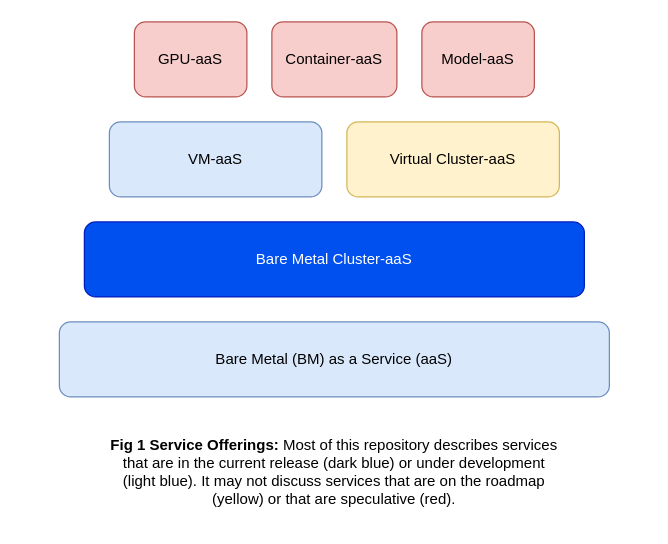
This is images/OSAC-layers.drawio from innabox/docs, a draw.io file, before an edit. Source tidied: cells renumbered, new cells numbered last; positions are measured from the earlier drawing's top-left corner, leaving out a move shared by most shapes. Both pictures are drawn from the tidied source at 125%, with x=0, y=0 at pixel (59, 21).
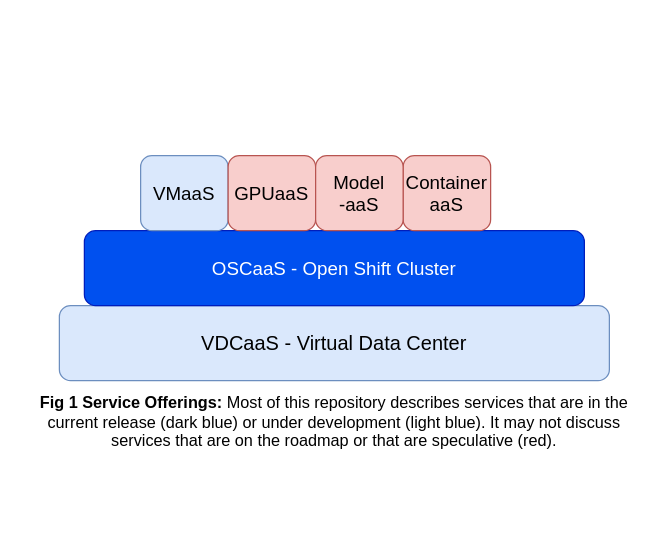
Above is the later version.

Commit message (it also covers changes not shown here):
- changed figure to discuss VDC rather than bare metal - dicuss how clsuter and VDC are used for both bare metal and virtual

Change to the diagram source:
```diff
@@
 <mxGraphModel>
   <root>
     <mxCell id="0" />
     <mxCell id="1" parent="0" />
-    <mxCell id="2" value="Bare Metal (BM) as a Service (aaS)" style="rounded=1;whiteSpace=wrap;html=1;fillColor=#dae8fc;strokeColor=#6c8ebf;" parent="1" vertex="1">
-      <mxGeometry y="240" width="440" height="60" as="geometry" />
+    <mxCell id="2" value="VDCaaS - Virtual Data Center" style="rounded=1;whiteSpace=wrap;html=1;fillColor=#dae8fc;strokeColor=#6c8ebf;fontSize=16;" parent="1" vertex="1">
+      <mxGeometry y="227" width="440" height="60" as="geometry" />
     </mxCell>
-    <mxCell id="3" value="Bare Metal Cluster-aaS" style="rounded=1;whiteSpace=wrap;html=1;fillColor=#0050ef;fontColor=#ffffff;strokeColor=#001DBC;" parent="1" vertex="1">
-      <mxGeometry x="20" y="160" width="400" height="60" as="geometry" />
+    <mxCell id="3" value="OSCaaS - Open Shift Cluster" style="rounded=1;whiteSpace=wrap;html=1;fillColor=#0050ef;fontColor=#ffffff;strokeColor=#001DBC;fontSize=15;" parent="1" vertex="1">
+      <mxGeometry x="20" y="167" width="400" height="60" as="geometry" />
     </mxCell>
-    <mxCell id="4" value="VM-aaS" style="rounded=1;whiteSpace=wrap;html=1;fillColor=#dae8fc;strokeColor=#6c8ebf;" parent="1" vertex="1">
-      <mxGeometry x="40" y="80" width="170" height="60" as="geometry" />
+    <mxCell id="4" value="VMaaS" style="rounded=1;whiteSpace=wrap;html=1;fillColor=#dae8fc;strokeColor=#6c8ebf;fontSize=15;" parent="1" vertex="1">
+      <mxGeometry x="65" y="107" width="70" height="60" as="geometry" />
     </mxCell>
-    <mxCell id="5" value="Virtual Cluster-aaS" style="rounded=1;whiteSpace=wrap;html=1;fillColor=#fff2cc;strokeColor=#d6b656;" parent="1" vertex="1">
-      <mxGeometry x="230" y="80" width="170" height="60" as="geometry" />
-    </mxCell>
-    <mxCell id="6" value="GPU-aaS" style="rounded=1;whiteSpace=wrap;html=1;fillColor=#f8cecc;strokeColor=#b85450;" parent="1" vertex="1">
-      <mxGeometry x="60" width="90" height="60" as="geometry" />
+    <mxCell id="6" value="GPUaaS" style="rounded=1;whiteSpace=wrap;html=1;fillColor=#f8cecc;strokeColor=#b85450;fontSize=15;" parent="1" vertex="1">
+      <mxGeometry x="135" y="107" width="70" height="60" as="geometry" />
     </mxCell>
-    <mxCell id="7" value="Container-aaS" style="rounded=1;whiteSpace=wrap;html=1;fillColor=#f8cecc;strokeColor=#b85450;" parent="1" vertex="1">
-      <mxGeometry x="170" width="100" height="60" as="geometry" />
+    <mxCell id="7" value="Container&lt;div&gt;aaS&lt;/div&gt;" style="rounded=1;whiteSpace=wrap;html=1;fillColor=#f8cecc;strokeColor=#b85450;fontSize=15;" parent="1" vertex="1">
+      <mxGeometry x="275" y="107" width="70" height="60" as="geometry" />
     </mxCell>
-    <mxCell id="8" value="Model-aaS" style="rounded=1;whiteSpace=wrap;html=1;fillColor=#f8cecc;strokeColor=#b85450;" parent="1" vertex="1">
-      <mxGeometry x="290" width="90" height="60" as="geometry" />
+    <mxCell id="8" value="Model&lt;div&gt;-aaS&lt;/div&gt;" style="rounded=1;whiteSpace=wrap;html=1;fillColor=#f8cecc;strokeColor=#b85450;fontSize=15;" parent="1" vertex="1">
+      <mxGeometry x="205" y="107" width="70" height="60" as="geometry" />
     </mxCell>
-    <mxCell id="9" value="&lt;b&gt;Fig 1 Service Offerings:&lt;/b&gt; Most of this repository describes services that are in the current release (dark blue) or under development (light blue). It may not discuss services that are on the roadmap (yellow) or that are speculative (red)." style="text;html=1;align=center;verticalAlign=middle;whiteSpace=wrap;rounded=0;" parent="1" vertex="1">
-      <mxGeometry x="40" y="320" width="360" height="80" as="geometry" />
+    <mxCell id="9" value="&lt;b&gt;Fig 1 Service Offerings:&lt;/b&gt; Most of this repository describes services that are in the current release (dark blue) or under development (light blue). It may not discuss services that are on the roadmap or that are speculative (red)." style="text;html=1;align=center;verticalAlign=middle;whiteSpace=wrap;rounded=0;fontSize=13;" parent="1" vertex="1">
+      <mxGeometry x="-30" y="280" width="500" height="80" as="geometry" />
     </mxCell>
   </root>
 </mxGraphModel>
```
